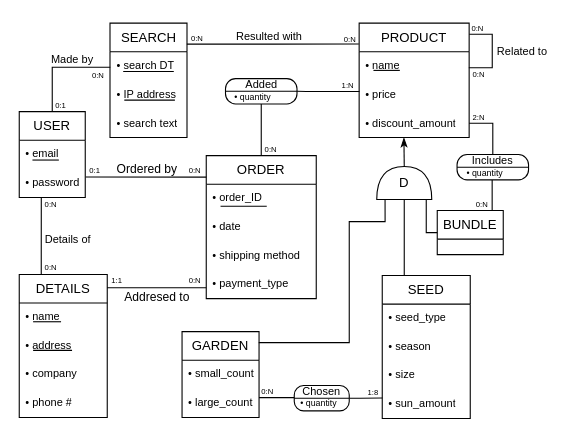
Earlier version of the draw.io diagram part 2/ERD fixed.drawio (TomGeva/DB_project). Source tidied: cells renumbered, new cells numbered last; positions are measured from the earlier drawing's top-left corner, leaving out a move shared by most shapes. Both pictures are drawn from the tidied source at 110%, with x=0, y=0 at pixel (19, 21).
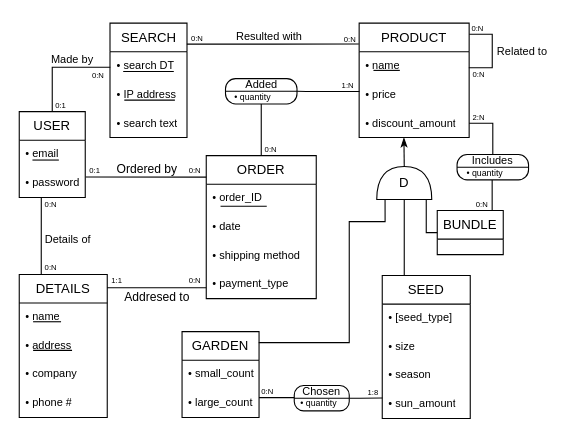
After the change.

Unchanged cells that the change refers to:
```xml
<mxCell id="8" value="SEED" style="swimlane;fontStyle=0;horizontal=1;startSize=26;fillColor=none;whiteSpace=wrap;html=1;rounded=0;" parent="1" vertex="1">
  <mxGeometry x="330" y="231" width="80" height="130" as="geometry" />
</mxCell>
```

What changed in the source:
```diff
@@
-    <mxCell id="9" value="• seed_type" style="text;strokeColor=none;fillColor=none;align=left;verticalAlign=top;spacingLeft=4;spacingRight=4;overflow=hidden;whiteSpace=wrap;html=1;fontSize=10;rounded=0;" parent="8" vertex="1">
+    <mxCell id="9" value="• [seed_type]" style="text;strokeColor=none;fillColor=none;align=left;verticalAlign=top;spacingLeft=4;spacingRight=4;overflow=hidden;whiteSpace=wrap;html=1;fontSize=10;rounded=0;" parent="8" vertex="1">
       <mxGeometry y="26" width="80" height="26" as="geometry" />
     </mxCell>
-    <mxCell id="10" value="• season" style="text;strokeColor=none;fillColor=none;align=left;verticalAlign=top;spacingLeft=4;spacingRight=4;overflow=hidden;whiteSpace=wrap;html=1;fontSize=10;rounded=0;" parent="8" vertex="1">
+    <mxCell id="10" value="• size" style="text;strokeColor=none;fillColor=none;align=left;verticalAlign=top;spacingLeft=4;spacingRight=4;overflow=hidden;whiteSpace=wrap;html=1;fontSize=10;rounded=0;" parent="8" vertex="1">
       <mxGeometry y="52" width="80" height="26" as="geometry" />
     </mxCell>
-    <mxCell id="11" value="• size" style="text;strokeColor=none;fillColor=none;align=left;verticalAlign=top;spacingLeft=4;spacingRight=4;overflow=hidden;whiteSpace=wrap;html=1;fontSize=10;rounded=0;" parent="8" vertex="1">
+    <mxCell id="11" value="• season" style="text;strokeColor=none;fillColor=none;align=left;verticalAlign=top;spacingLeft=4;spacingRight=4;overflow=hidden;whiteSpace=wrap;html=1;fontSize=10;rounded=0;" parent="8" vertex="1">
       <mxGeometry y="78" width="80" height="26" as="geometry" />
     </mxCell>
```
